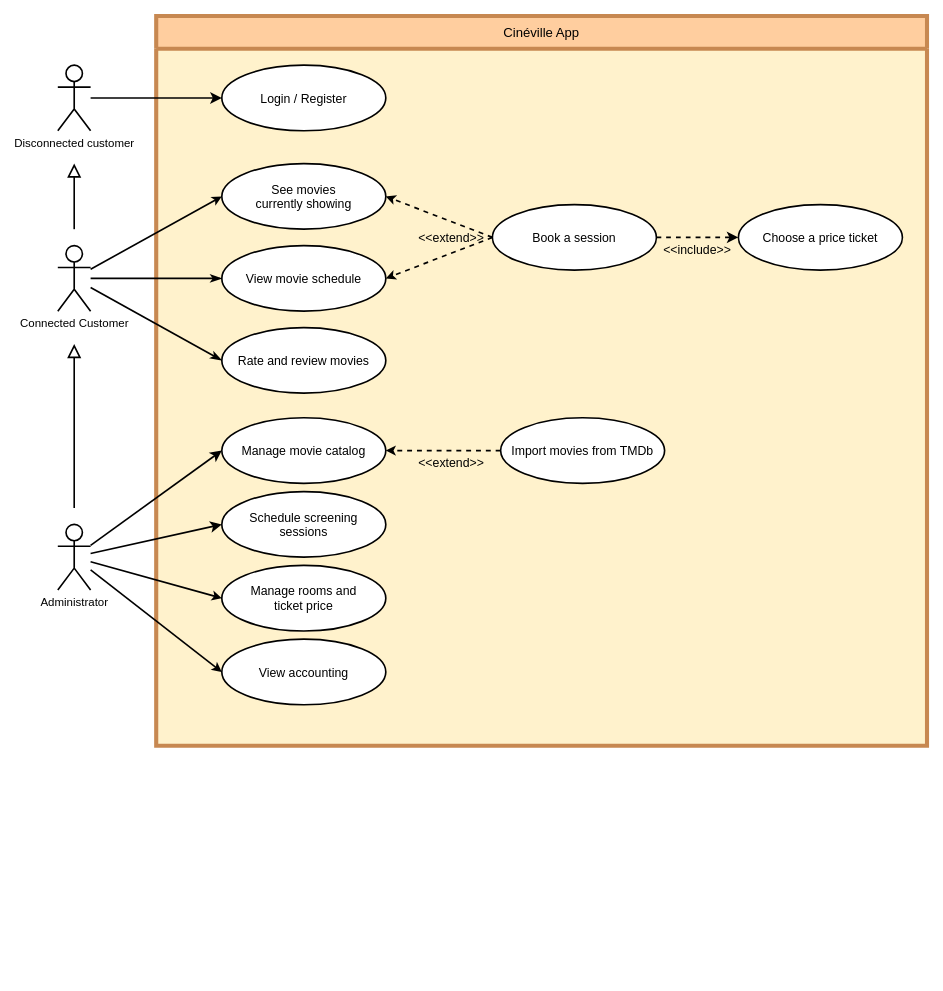
Earlier version of the draw.io diagram doc/use_case_diagram.drawio (mdeniard/ensai-it-project-2a-team-4). Source tidied: cells renumbered, new cells numbered last; positions are measured from the earlier drawing's top-left corner, leaving out a move shared by most shapes. Both pictures are drawn from the tidied source at 82%, with x=0, y=0 at pixel (57, 16).
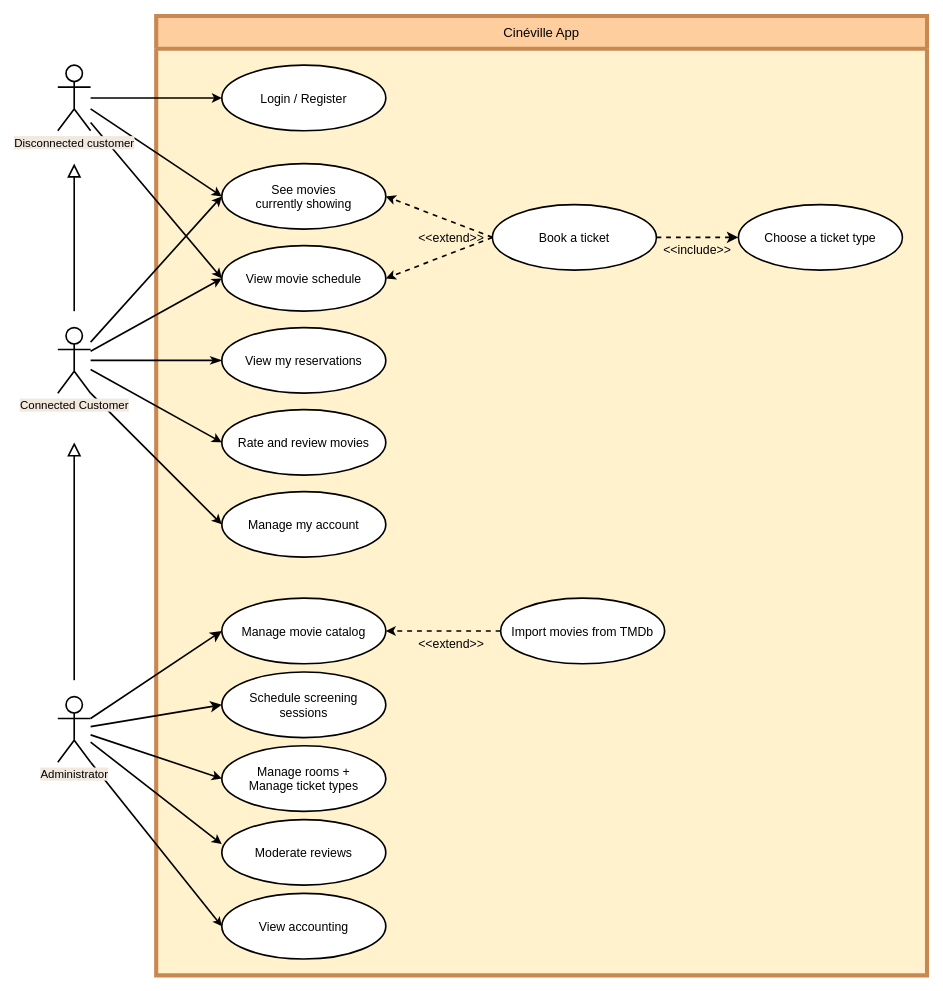
Above is the later version.

Unchanged cells that the change refers to:
```xml
<mxCell id="3" value="View movie schedule" style="ellipse;whiteSpace=wrap;html=1;fontSize=15;strokeWidth=2;fontStyle=0;" parent="2" vertex="1">
  <mxGeometry x="80" y="280" width="200" height="80" as="geometry" />
</mxCell>
<mxCell id="6" value="Login / Register" style="ellipse;whiteSpace=wrap;html=1;fontSize=15;strokeWidth=2;fontStyle=0;" parent="2" vertex="1">
  <mxGeometry x="80" y="60" width="200" height="80" as="geometry" />
</mxCell>
<mxCell id="9" value="&lt;div style=&quot;font-size: 15px;&quot;&gt;&lt;span style=&quot;background-color: initial; font-size: 15px;&quot;&gt;See movies&lt;/span&gt;&lt;/div&gt;&lt;div style=&quot;font-size: 15px;&quot;&gt;&lt;span style=&quot;background-color: initial; font-size: 15px;&quot;&gt;currently showing&lt;/span&gt;&lt;/div&gt;" style="ellipse;whiteSpace=wrap;html=1;fontSize=15;strokeWidth=2;fontStyle=0;" parent="2" vertex="1">
  <mxGeometry x="80" y="180" width="200" height="80" as="geometry" />
</mxCell>
```

What changed in the source:
```diff
@@
-<mxGraphModel background="#FFFFFF">
+<mxGraphModel>
@@
     <mxCell id="2" value="&lt;span style=&quot;font-size: 16px;&quot;&gt;Cinéville App&lt;/span&gt;" style="swimlane;whiteSpace=wrap;html=1;strokeWidth=5;strokeColor=#C78851;gradientColor=none;fillColor=#FFCE9F;swimlaneFillColor=#FFF2CC;startSize=40;fontStyle=0;" parent="1" vertex="1">
-      <mxGeometry x="120" width="940" height="890" as="geometry" />
+      <mxGeometry x="120" width="940" height="1170" as="geometry" />
     </mxCell>
@@
     <mxCell id="4" value="Schedule screening&lt;br style=&quot;border-color: rgb(218, 220, 224); font-size: 15px;&quot;&gt;sessions" style="ellipse;whiteSpace=wrap;html=1;fontSize=15;strokeWidth=2;fontStyle=0;" parent="2" vertex="1">
-      <mxGeometry x="80" y="580" width="200" height="80" as="geometry" />
+      <mxGeometry x="80" y="800" width="200" height="80" as="geometry" />
     </mxCell>
-    <mxCell id="5" value="Rate and review movies" style="ellipse;whiteSpace=wrap;html=1;fontSize=15;strokeWidth=2;fontStyle=0;" parent="2" vertex="1">
+    <mxCell id="5" value="View my reservations" style="ellipse;whiteSpace=wrap;html=1;fontSize=15;strokeWidth=2;fontStyle=0;" parent="2" vertex="1">
       <mxGeometry x="80" y="380" width="200" height="80" as="geometry" />
     </mxCell>
@@
-    <mxCell id="7" value="Manage rooms and &lt;br&gt;ticket price" style="ellipse;whiteSpace=wrap;html=1;fontSize=15;strokeWidth=2;fontStyle=0;" parent="2" vertex="1">
-      <mxGeometry x="80" y="670" width="200" height="80" as="geometry" />
+    <mxCell id="7" value="Manage rooms +&lt;br&gt;Manage ticket types" style="ellipse;whiteSpace=wrap;html=1;fontSize=15;strokeWidth=2;fontStyle=0;" parent="2" vertex="1">
+      <mxGeometry x="80" y="890" width="200" height="80" as="geometry" />
     </mxCell>
     <mxCell id="8" value="&amp;lt;&amp;lt;extend&amp;gt;&amp;gt;" style="text;html=1;whiteSpace=wrap;strokeColor=none;fillColor=none;align=center;verticalAlign=middle;rounded=0;fontSize=15;fontStyle=0;" parent="2" vertex="1">
-      <mxGeometry x="330" y="530" width="60" height="30" as="geometry" />
+      <mxGeometry x="330" y="750" width="60" height="30" as="geometry" />
     </mxCell>
@@
-    <mxCell id="10" value="Choose a price ticket" style="ellipse;whiteSpace=wrap;html=1;fontSize=15;strokeWidth=2;fontStyle=0;" parent="2" vertex="1">
+    <mxCell id="10" value="Choose a ticket type" style="ellipse;whiteSpace=wrap;html=1;fontSize=15;strokeWidth=2;fontStyle=0;" parent="2" vertex="1">
       <mxGeometry x="710" y="230" width="200" height="80" as="geometry" />
     </mxCell>
@@
-    <mxCell id="15" value="Book a session" style="ellipse;whiteSpace=wrap;html=1;fontSize=15;strokeWidth=2;fontStyle=0;" parent="2" vertex="1">
+    <mxCell id="15" value="Book a ticket" style="ellipse;whiteSpace=wrap;html=1;fontSize=15;strokeWidth=2;fontStyle=0;" parent="2" vertex="1">
       <mxGeometry x="410" y="230" width="200" height="80" as="geometry" />
     </mxCell>
     <mxCell id="16" value="Manage movie catalog" style="ellipse;whiteSpace=wrap;html=1;fontSize=15;strokeWidth=2;fontStyle=0;" parent="2" vertex="1">
-      <mxGeometry x="80" y="490" width="200" height="80" as="geometry" />
+      <mxGeometry x="80" y="710" width="200" height="80" as="geometry" />
     </mxCell>
     <mxCell id="17" value="View accounting" style="ellipse;whiteSpace=wrap;html=1;fontSize=15;strokeWidth=2;fontStyle=0;" parent="2" vertex="1">
-      <mxGeometry x="80" y="760" width="200" height="80" as="geometry" />
+      <mxGeometry x="80" y="1070" width="200" height="80" as="geometry" />
     </mxCell>
     <mxCell id="18" value="Import movies from TMDb" style="ellipse;whiteSpace=wrap;html=1;fontSize=15;strokeWidth=2;fontStyle=0;" parent="2" vertex="1">
-      <mxGeometry x="420" y="490" width="200" height="80" as="geometry" />
+      <mxGeometry x="420" y="710" width="200" height="80" as="geometry" />
     </mxCell>
@@
+    <mxCell id="34" value="Rate and review movies" style="ellipse;whiteSpace=wrap;html=1;fontSize=15;strokeWidth=2;fontStyle=0;" parent="2" vertex="1">
+      <mxGeometry x="80" y="480" width="200" height="80" as="geometry" />
+    </mxCell>
+    <mxCell id="35" value="Manage my account" style="ellipse;whiteSpace=wrap;html=1;fontSize=15;strokeWidth=2;fontStyle=0;" parent="2" vertex="1">
+      <mxGeometry x="80" y="580" width="200" height="80" as="geometry" />
+    </mxCell>
+    <mxCell id="36" value="Moderate reviews" style="ellipse;whiteSpace=wrap;html=1;fontSize=15;strokeWidth=2;fontStyle=0;" parent="2" vertex="1">
+      <mxGeometry x="80" y="980" width="200" height="80" as="geometry" />
+    </mxCell>
-    <mxCell id="21" style="edgeStyle=none;curved=1;rounded=0;jettySize=auto;html=1;entryX=0;entryY=0.5;entryDx=0;entryDy=0;fontSize=12;startSize=8;endSize=8;endArrow=classic;endFill=1;strokeWidth=2;fontStyle=0;" parent="1" edge="1" source="32" target="6">
+    <mxCell id="21" style="edgeStyle=none;curved=1;rounded=0;jettySize=auto;html=1;entryX=0;entryY=0.5;entryDx=0;entryDy=0;fontSize=12;startSize=6;endSize=6;endArrow=classic;endFill=1;strokeWidth=2;fontStyle=0;" parent="1" edge="1" source="32" target="6">
       <mxGeometry relative="1" as="geometry" />
     </mxCell>
-    <mxCell id="22" style="edgeStyle=none;curved=1;rounded=0;jettySize=auto;html=1;entryX=0;entryY=0.5;entryDx=0;entryDy=0;fontSize=12;startSize=8;endSize=8;endArrow=classicThin;endFill=1;strokeWidth=2;fontStyle=0;" parent="1" edge="1" source="23" target="3">
+    <mxCell id="22" style="edgeStyle=none;curved=1;rounded=0;jettySize=auto;html=1;entryX=0;entryY=0.5;entryDx=0;entryDy=0;fontSize=12;startSize=6;endSize=6;endArrow=classic;endFill=1;strokeWidth=2;fontStyle=0;" parent="1" edge="1" source="23" target="3">
       <mxGeometry relative="1" as="geometry" />
     </mxCell>
-    <mxCell id="23" value="&lt;font style=&quot;font-size: 14px;&quot;&gt;Connected Customer&lt;/font&gt;" style="shape=umlActor;verticalLabelPosition=bottom;verticalAlign=top;html=1;outlineConnect=0;strokeWidth=2;fontStyle=0;fontSize=14;" parent="1" vertex="1">
-      <mxGeometry y="280" width="40" height="80" as="geometry" />
-    </mxCell>
-    <mxCell id="24" style="edgeStyle=none;html=1;strokeColor=default;strokeWidth=2;endArrow=block;endFill=0;endSize=12;fontStyle=0;" parent="1" edge="1">
+    <mxCell id="24" style="edgeStyle=none;html=1;strokeColor=default;strokeWidth=2;endArrow=block;endFill=0;endSize=12;fontStyle=0;startArrow=none;" parent="1" edge="1" source="23">
       <mxGeometry relative="1" as="geometry">
-        <mxPoint x="20" y="600" as="sourcePoint" />
         <mxPoint x="20" y="400" as="targetPoint" />
       </mxGeometry>
     </mxCell>
-    <mxCell id="25" value="&lt;font style=&quot;font-size: 14px;&quot;&gt;Administrator&lt;/font&gt;" style="shape=umlActor;verticalLabelPosition=bottom;verticalAlign=top;html=1;outlineConnect=0;strokeWidth=2;fontStyle=0;fontSize=14;" parent="1" vertex="1">
-      <mxGeometry y="620" width="40" height="80" as="geometry" />
-    </mxCell>
@@
     <mxCell id="31" style="edgeStyle=none;html=1;strokeColor=default;strokeWidth=2;endArrow=classic;endFill=1;fontStyle=0;" parent="1" edge="1" source="25">
       <mxGeometry relative="1" as="geometry">
-        <mxPoint x="200" y="800" as="targetPoint" />
+        <mxPoint x="200" y="1010" as="targetPoint" />
       </mxGeometry>
     </mxCell>
+    <mxCell id="33" style="edgeStyle=none;html=1;strokeColor=default;strokeWidth=2;endArrow=block;endFill=0;endSize=12;fontStyle=0;" parent="1" edge="1">
+      <mxGeometry relative="1" as="geometry">
+        <mxPoint x="20" y="360" as="sourcePoint" />
+        <mxPoint x="20" y="180" as="targetPoint" />
+      </mxGeometry>
+    </mxCell>
+    <mxCell id="37" style="edgeStyle=none;html=1;exitX=0;exitY=0.5;exitDx=0;exitDy=0;endArrow=none;endFill=0;startArrow=classic;startFill=1;strokeWidth=2;" parent="1" edge="1" source="34" target="23">
+      <mxGeometry relative="1" as="geometry" />
+    </mxCell>
+    <mxCell id="38" style="edgeStyle=none;html=1;exitX=0;exitY=0.5;exitDx=0;exitDy=0;entryX=1;entryY=1;entryDx=0;entryDy=0;entryPerimeter=0;strokeWidth=2;startArrow=classic;startFill=1;endArrow=none;endFill=0;" parent="1" edge="1" source="35" target="23">
+      <mxGeometry relative="1" as="geometry" />
+    </mxCell>
+    <mxCell id="39" style="edgeStyle=none;html=1;strokeColor=default;strokeWidth=2;endArrow=block;endFill=0;endSize=12;fontStyle=0;startArrow=none;startFill=0;jumpSize=10;startSize=12;" parent="1" edge="1">
+      <mxGeometry relative="1" as="geometry">
+        <mxPoint x="20" y="810" as="sourcePoint" />
+        <mxPoint x="20" y="520" as="targetPoint" />
+      </mxGeometry>
+    </mxCell>
+    <mxCell id="23" value="&lt;font style=&quot;font-size: 14px; background-color: rgb(241, 232, 222);&quot;&gt;Connected Customer&lt;/font&gt;" style="shape=umlActor;verticalLabelPosition=bottom;verticalAlign=top;html=1;outlineConnect=0;strokeWidth=2;fontStyle=0;fontSize=14;" parent="1" vertex="1">
+      <mxGeometry y="380" width="40" height="80" as="geometry" />
+    </mxCell>
+    <mxCell id="40" style="edgeStyle=none;jumpSize=10;html=1;exitX=0;exitY=0.5;exitDx=0;exitDy=0;entryX=1;entryY=1;entryDx=0;entryDy=0;entryPerimeter=0;strokeWidth=2;startArrow=classic;startFill=1;endArrow=none;endFill=0;startSize=5;" parent="1" edge="1" source="17" target="25">
+      <mxGeometry relative="1" as="geometry" />
+    </mxCell>
+    <mxCell id="41" style="edgeStyle=none;jumpSize=10;html=1;exitX=0;exitY=0.5;exitDx=0;exitDy=0;strokeWidth=2;startArrow=classic;startFill=1;endArrow=none;endFill=0;startSize=6;endSize=6;" parent="1" edge="1" source="9" target="32">
+      <mxGeometry relative="1" as="geometry" />
+    </mxCell>
+    <mxCell id="42" style="edgeStyle=none;jumpSize=10;html=1;exitX=0;exitY=0.5;exitDx=0;exitDy=0;strokeWidth=2;startArrow=classic;startFill=1;endArrow=none;endFill=0;startSize=6;endSize=6;" parent="1" edge="1" source="3">
+      <mxGeometry relative="1" as="geometry">
+        <mxPoint x="40" y="130" as="targetPoint" />
+      </mxGeometry>
+    </mxCell>
-    <mxCell id="32" value="&lt;font style=&quot;font-size: 14px;&quot;&gt;Disconnected customer&lt;/font&gt;" style="shape=umlActor;verticalLabelPosition=bottom;verticalAlign=top;html=1;outlineConnect=0;strokeWidth=2;fontStyle=0;fontSize=14;" parent="1" vertex="1">
+    <mxCell id="32" value="&lt;font style=&quot;font-size: 14px; background-color: rgb(241, 232, 222);&quot;&gt;Disconnected customer&lt;/font&gt;" style="shape=umlActor;verticalLabelPosition=bottom;verticalAlign=top;html=1;outlineConnect=0;strokeWidth=2;fontStyle=0;fontSize=14;" parent="1" vertex="1">
       <mxGeometry y="60" width="40" height="80" as="geometry" />
     </mxCell>
-    <mxCell id="33" style="edgeStyle=none;html=1;strokeColor=default;strokeWidth=2;endArrow=block;endFill=0;endSize=12;fontStyle=0;" parent="1" edge="1">
-      <mxGeometry relative="1" as="geometry">
-        <mxPoint x="20" y="260" as="sourcePoint" />
-        <mxPoint x="20" y="180" as="targetPoint" />
-      </mxGeometry>
-    </mxCell>
+    <mxCell id="25" value="&lt;font style=&quot;font-size: 14px; background-color: rgb(241, 232, 222);&quot;&gt;Administrator&lt;/font&gt;" style="shape=umlActor;verticalLabelPosition=bottom;verticalAlign=top;html=1;outlineConnect=0;strokeWidth=2;fontStyle=0;fontSize=14;" parent="1" vertex="1">
+      <mxGeometry y="830" width="40" height="80" as="geometry" />
+    </mxCell>
```
